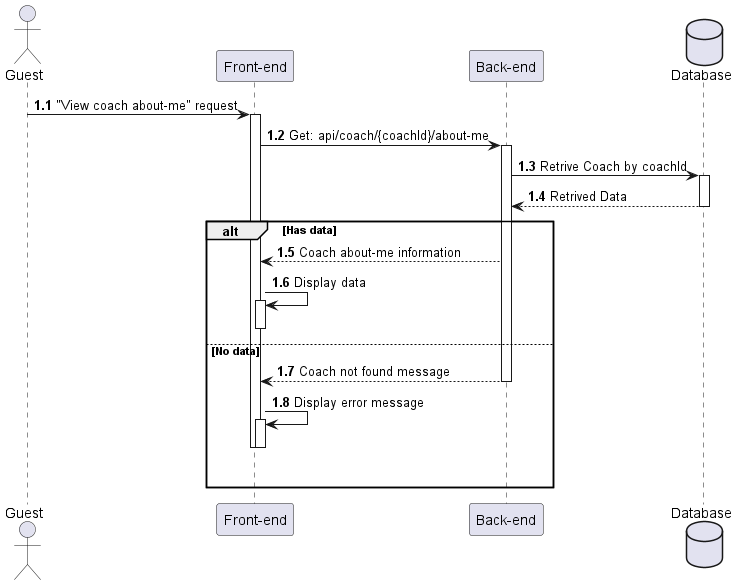
Before: out/Sequences_diagrams/ViewCoachAboutme/ViewCoachAboutme.png, a diagram exported from PlantUML (HTPhong-276/iCoaching-Diagrams). The source it was exported from:
```plantuml
@startuml ViewCoachAboutme

actor Guest as user
participant "Front-end" as client
participant "Back-end" as server
database "Database" as db

autonumber 1.1 "<b>0:"

user -> client++ : "View coach about-me" request
client -> server++ : Get: api/coach/{coachId}/about-me
server -> db++ : Retrive Coach by coachId
db --> server : Retrived Data
deactivate

alt Has data
    server --> client : Coach about-me information
    client -> client++ : Display data
    deactivate

else No data
    server --> client : Coach not found message
    deactivate
    client -> client++ : Display error message
    deactivate
    deactivate
    |||
end
@enduml
```
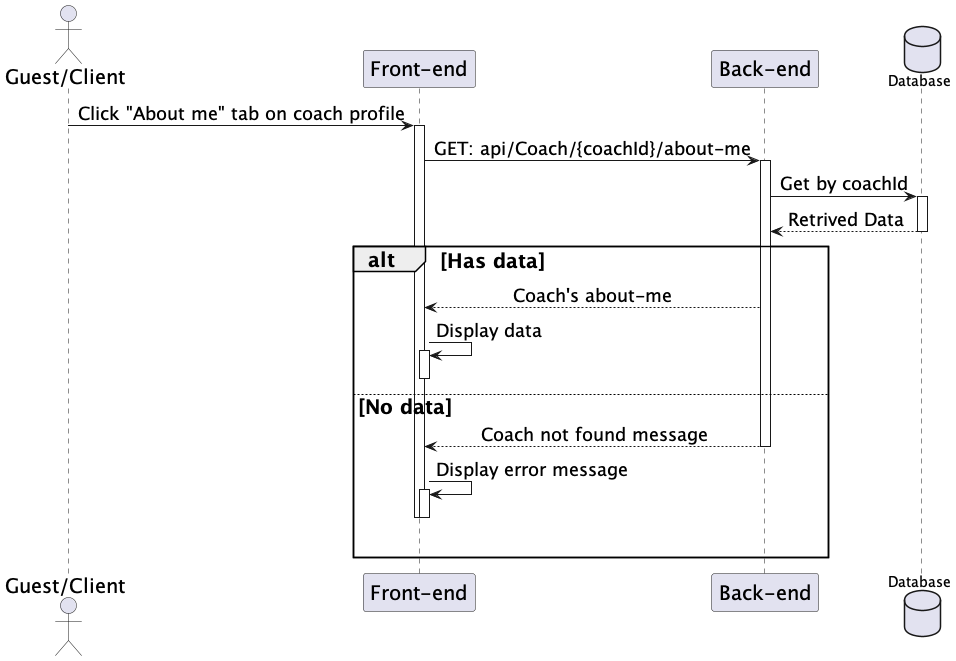
Later version of the same file.

Diff of the diagram source:
```diff
@@ -1,20 +1,27 @@
 @startuml ViewCoachAboutme
-
-actor Guest as user
+skinparam sequenceMessageAlign center
+skinparam sequenceGroupFontSize 20
+skinparam sequenceGroupHeaderFontSize 20
+skinparam sequence {
+    ParticipantFontSize 20
+    ActorFontSize 20
+    DatabaseFontSize 20
+    ArrowFontSize 18
+}
+actor "Guest/Client" as user
 participant "Front-end" as client
 participant "Back-end" as server
 database "Database" as db
 
-autonumber 1.1 "<b>0:"
 
-user -> client++ : "View coach about-me" request
-client -> server++ : Get: api/coach/{coachId}/about-me
-server -> db++ : Retrive Coach by coachId
+user -> client++ : Click "About me" tab on coach profile
+client -> server++ : GET: api/Coach/{coachId}/about-me
+server -> db++ : Get by coachId
 db --> server : Retrived Data
 deactivate
 
 alt Has data
-    server --> client : Coach about-me information
+    server --> client : Coach's about-me
     client -> client++ : Display data
     deactivate
 
```
